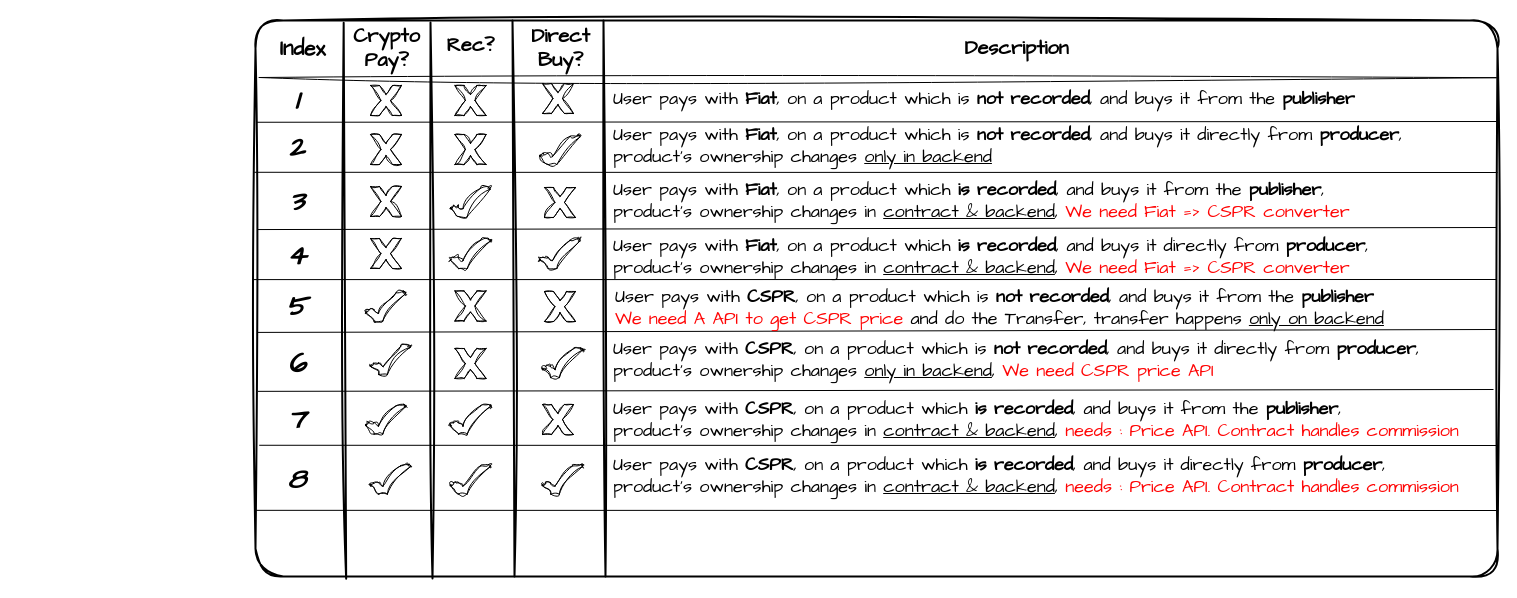
Before: Payment.drawio in k3rn3lpanicc/DroplinkedCharts, a draw.io diagram. Source tidied: cells renumbered, new cells numbered last; positions are measured from the earlier drawing's top-left corner, leaving out a move shared by most shapes. Both pictures are drawn from the tidied source at 100%, with x=0, y=0 at pixel (255, 17).
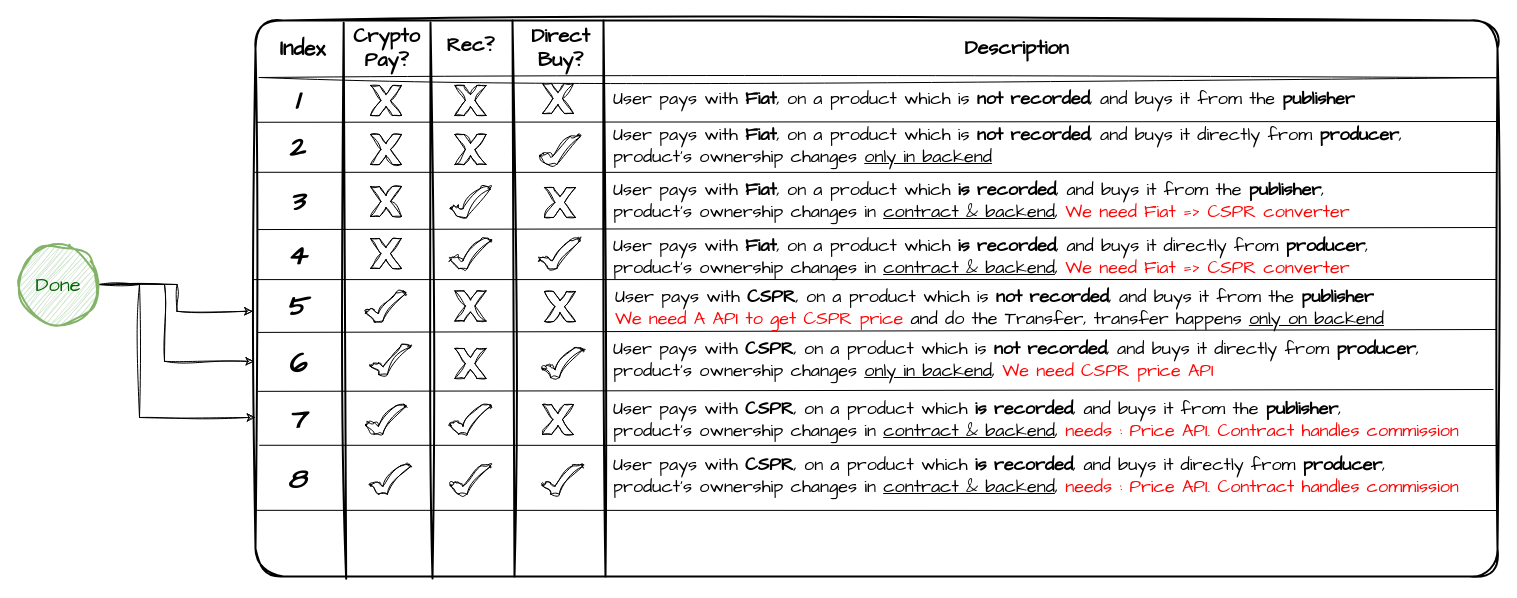
The same page after the edit.

Unchanged cells that the change refers to:
```xml
<mxCell id="2" style="rounded=1;whiteSpace=wrap;html=1;sketch=1;hachureGap=4;jiggle=2;curveFitting=1;fontFamily=Architects Daughter;fontSize=20;arcSize=5;strokeWidth=2;" parent="1" vertex="1">
  <mxGeometry y="3" width="1242" height="556" as="geometry" />
</mxCell>
```

The edit, as a diff of the source:
```diff
@@
+    <mxCell id="61" style="edgeStyle=orthogonalEdgeStyle;rounded=0;sketch=1;hachureGap=4;jiggle=2;curveFitting=1;jettySize=auto;html=1;entryX=-0.002;entryY=0.523;entryDx=0;entryDy=0;entryPerimeter=0;fontFamily=Architects Daughter;fontSize=16;" parent="1" edge="1" source="64" target="2">
+      <mxGeometry relative="1" as="geometry" />
+    </mxCell>
+    <mxCell id="62" style="edgeStyle=orthogonalEdgeStyle;rounded=0;sketch=1;hachureGap=4;jiggle=2;curveFitting=1;jettySize=auto;html=1;exitX=1;exitY=0.5;exitDx=0;exitDy=0;entryX=-0.001;entryY=0.613;entryDx=0;entryDy=0;entryPerimeter=0;fontFamily=Architects Daughter;fontSize=16;" parent="1" edge="1" source="64" target="2">
+      <mxGeometry relative="1" as="geometry">
+        <Array as="points">
+          <mxPoint x="-91" y="267" />
+          <mxPoint x="-91" y="344" />
+        </Array>
+      </mxGeometry>
+    </mxCell>
+    <mxCell id="63" style="edgeStyle=orthogonalEdgeStyle;rounded=0;sketch=1;hachureGap=4;jiggle=2;curveFitting=1;jettySize=auto;html=1;entryX=0;entryY=0.714;entryDx=0;entryDy=0;entryPerimeter=0;fontFamily=Architects Daughter;fontSize=16;" parent="1" edge="1" source="64" target="2">
+      <mxGeometry relative="1" as="geometry">
+        <Array as="points">
+          <mxPoint x="-116" y="267" />
+          <mxPoint x="-116" y="400" />
+        </Array>
+      </mxGeometry>
+    </mxCell>
+    <mxCell id="64" value="Done" style="ellipse;whiteSpace=wrap;html=1;sketch=1;hachureGap=4;jiggle=2;curveFitting=1;fontFamily=Architects Daughter;fontSize=20;fillColor=#d5e8d4;strokeColor=#82b366;strokeWidth=2;fontColor=#006600;" parent="1" vertex="1">
+      <mxGeometry x="-237" y="227" width="80" height="80" as="geometry" />
+    </mxCell>
```
